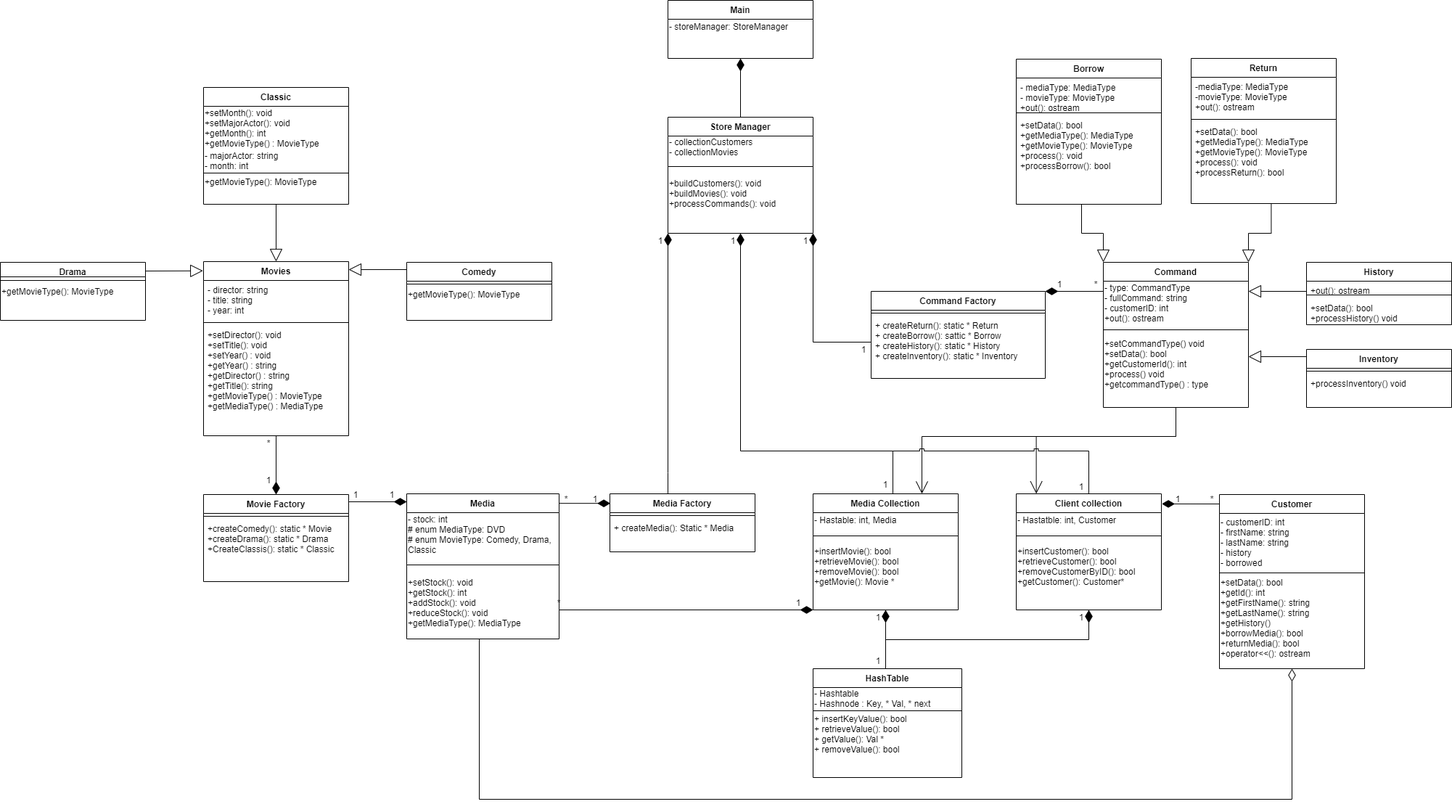
The draw.io diagram CSS343/assignment4/project_design/uml/css343_assignment4_uml.png in thongton11314/Cpp-Reference, before a commit. Source tidied: cells renumbered, new cells last; positions are measured from the earlier drawing's top-left corner, leaving out a move shared by most shapes.
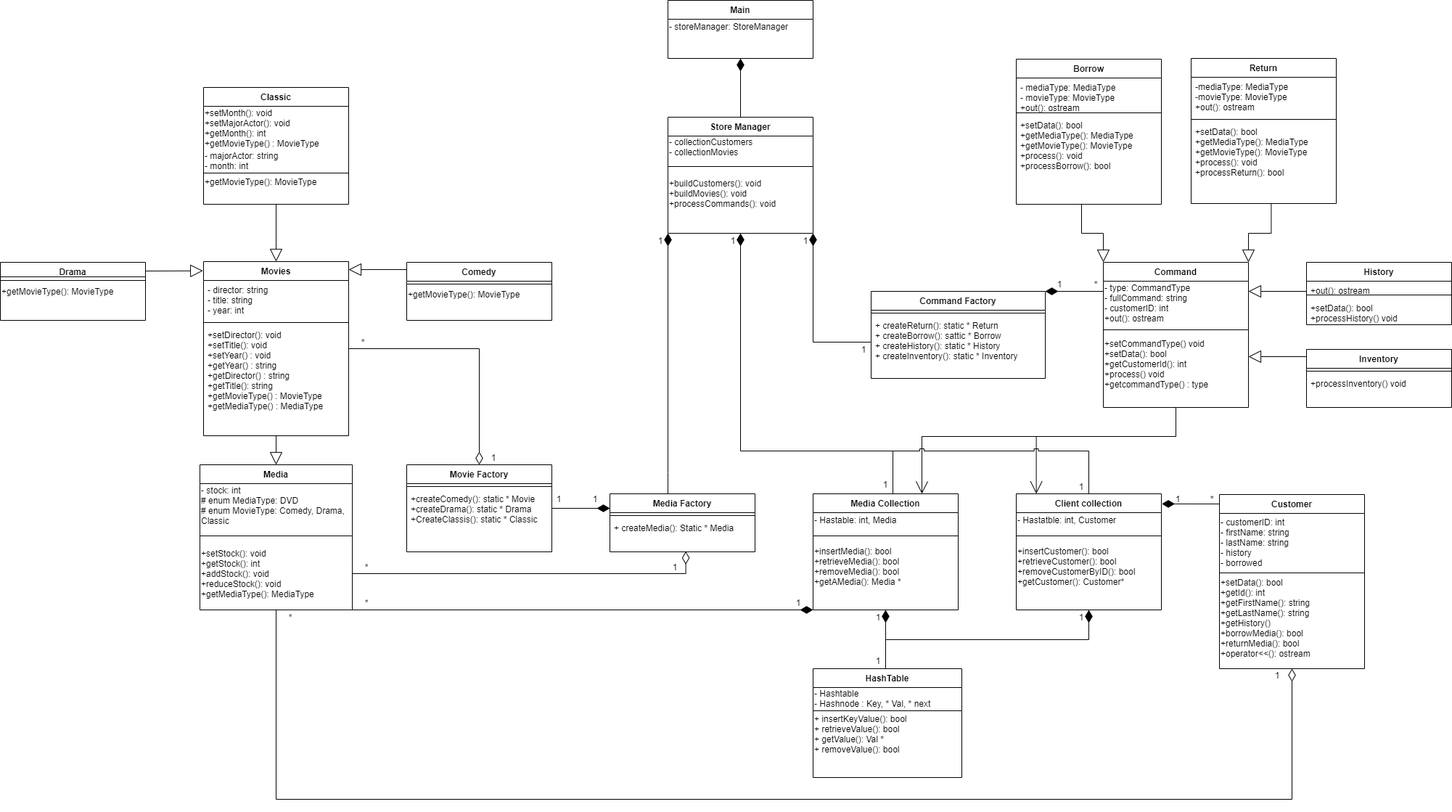
The same file after the commit.

What changed in the source:
```diff
@@ -108,7 +108,7 @@
     <mxCell id="28" style="line;html=1;strokeWidth=1;align=left;verticalAlign=middle;spacingTop=-1;spacingLeft=3;spacingRight=3;labelPosition=right;" parent="26" vertex="1">
       <mxGeometry y="46" width="200" height="24" as="geometry" />
     </mxCell>
-    <mxCell id="29" value="+insertMovie(): bool&lt;br&gt;+retrieveMovie(): bool&lt;br&gt;+removeMovie(): bool&lt;br&gt;+getMovie(): Movie *" style="text;html=1;align=left;verticalAlign=middle;" parent="26" vertex="1">
+    <mxCell id="29" value="+insertMedia(): bool&lt;br&gt;+retrieveMedia(): bool&lt;br&gt;+removeMedia(): bool&lt;br&gt;+getAMedia(): Media *" style="text;html=1;align=left;verticalAlign=middle;" parent="26" vertex="1">
       <mxGeometry y="70" width="200" height="60" as="geometry" />
     </mxCell>
     <mxCell id="30" style="edgeStyle=orthogonalEdgeStyle;rounded=0;sketch=0;jumpStyle=sharp;jettySize=auto;html=1;shadow=0;endArrow=diamondThin;endFill=1;endSize=15;" parent="1" edge="1" source="32">
@@ -120,15 +120,8 @@
         </Array>
       </mxGeometry>
     </mxCell>
-    <mxCell id="31" style="edgeStyle=orthogonalEdgeStyle;rounded=0;sketch=0;jumpStyle=sharp;jettySize=auto;html=1;shadow=0;endArrow=diamondThin;endFill=1;endSize=15;entryX=0.003;entryY=0.165;entryDx=0;entryDy=0;entryPerimeter=0;" parent="1" edge="1" source="32" target="83">
-      <mxGeometry relative="1" as="geometry">
-        <Array as="points">
-          <mxPoint x="810" y="693" />
-        </Array>
-      </mxGeometry>
-    </mxCell>
     <mxCell id="32" value="Media" style="swimlane;fontStyle=1;align=center;verticalAlign=top;horizontal=1;startSize=26;rounded=0;shadow=0;strokeWidth=1;" parent="1" vertex="1">
-      <mxGeometry x="560" y="680" width="210" height="200" as="geometry" />
+      <mxGeometry x="275" y="640" width="210" height="200" as="geometry" />
     </mxCell>
     <mxCell id="33" value="- stock: int&lt;br&gt;# enum MediaType: DVD&lt;br&gt;# enum MovieType: Comedy, Drama,&lt;br&gt;Classic" style="text;html=1;align=left;verticalAlign=middle;" parent="32" vertex="1">
       <mxGeometry y="26" width="210" height="60" as="geometry" />
@@ -268,7 +261,10 @@
     <mxCell id="68" value="+processInventory() void" style="text;strokeColor=none;fillColor=none;align=left;verticalAlign=top;spacingLeft=4;spacingRight=4;overflow=hidden;" parent="66" vertex="1">
       <mxGeometry y="34" width="200" height="46" as="geometry" />
     </mxCell>
+    <mxCell id="115" style="edgeStyle=orthogonalEdgeStyle;rounded=0;jettySize=auto;html=1;entryX=0.5;entryY=0;entryDx=0;entryDy=0;endArrow=block;endFill=0;endSize=15;" parent="1" edge="1" source="70" target="32">
+      <mxGeometry relative="1" as="geometry" />
+    </mxCell>
-    <mxCell id="69" style="edgeStyle=orthogonalEdgeStyle;rounded=0;sketch=0;jumpStyle=sharp;jettySize=auto;html=1;entryX=0.5;entryY=0;entryDx=0;entryDy=0;shadow=0;endArrow=diamondThin;endFill=1;endSize=15;" parent="1" edge="1" source="70" target="79">
+    <mxCell id="69" style="edgeStyle=orthogonalEdgeStyle;rounded=0;jettySize=auto;html=1;entryX=0.5;entryY=0;entryDx=0;entryDy=0;endArrow=diamondThin;endFill=0;endSize=15;" parent="1" edge="1" source="70" target="79">
       <mxGeometry relative="1" as="geometry" />
     </mxCell>
     <mxCell id="70" value="Movies" style="swimlane;fontStyle=1;align=center;verticalAlign=top;horizontal=1;startSize=26;" parent="1" vertex="1">
@@ -299,16 +295,11 @@
     <mxCell id="77" value="+ createReturn(): static * Return&#10;+ createBorrow(): sattic * Borrow&#10;+ createHistory(): static * History&#10;+ createInventory(): static * Inventory" style="text;strokeColor=none;fillColor=none;align=left;verticalAlign=top;spacingLeft=4;spacingRight=4;overflow=hidden;" parent="75" vertex="1">
       <mxGeometry y="34" width="240" height="86" as="geometry" />
     </mxCell>
-    <mxCell id="78" style="edgeStyle=orthogonalEdgeStyle;rounded=0;sketch=0;jumpStyle=sharp;jettySize=auto;html=1;shadow=0;endArrow=diamondThin;endFill=1;endSize=15;" parent="1" edge="1" source="79" target="32">
-      <mxGeometry relative="1" as="geometry">
-        <Array as="points">
-          <mxPoint x="520" y="691" />
-          <mxPoint x="520" y="691" />
-        </Array>
-      </mxGeometry>
-    </mxCell>
+    <mxCell id="116" style="edgeStyle=orthogonalEdgeStyle;rounded=0;jettySize=auto;html=1;entryX=0;entryY=0.25;entryDx=0;entryDy=0;endArrow=diamondThin;endFill=1;endSize=15;" parent="1" edge="1" source="79" target="83">
+      <mxGeometry relative="1" as="geometry" />
+    </mxCell>
     <mxCell id="79" value="Movie Factory" style="swimlane;fontStyle=1;align=center;verticalAlign=top;horizontal=1;startSize=26;" parent="1" vertex="1">
-      <mxGeometry x="280" y="681" width="200" height="120" as="geometry" />
+      <mxGeometry x="560" y="640" width="200" height="120" as="geometry" />
     </mxCell>
     <mxCell id="80" style="line;strokeWidth=1;fillColor=none;align=left;verticalAlign=middle;spacingTop=-1;spacingLeft=3;spacingRight=3;labelPosition=right;" parent="79" vertex="1">
       <mxGeometry y="26" width="200" height="8" as="geometry" />
@@ -370,10 +361,12 @@
         </Array>
       </mxGeometry>
     </mxCell>
-    <mxCell id="93" style="edgeStyle=orthogonalEdgeStyle;rounded=0;sketch=0;jumpStyle=sharp;jettySize=auto;html=1;shadow=0;endArrow=diamondThin;endFill=0;endSize=15;entryX=0.5;entryY=1;entryDx=0;entryDy=0;exitX=0.5;exitY=1;exitDx=0;exitDy=0;" parent="1" edge="1" source="32" target="21">
+    <mxCell id="93" style="edgeStyle=orthogonalEdgeStyle;rounded=0;sketch=0;jumpStyle=sharp;jettySize=auto;html=1;shadow=0;endArrow=diamondThin;endFill=0;endSize=15;entryX=0.5;entryY=1;entryDx=0;entryDy=0;" parent="1" edge="1" target="21">
       <mxGeometry relative="1" as="geometry">
+        <mxPoint x="360" y="840" as="sourcePoint" />
         <Array as="points">
-          <mxPoint x="660" y="1101" />
+          <mxPoint x="380" y="840" />
+          <mxPoint x="380" y="1101" />
           <mxPoint x="1780" y="1101" />
         </Array>
       </mxGeometry>
@@ -385,41 +378,20 @@
       <mxGeometry x="1603" y="677" width="40" height="20" as="geometry" />
     </mxCell>
     <mxCell id="96" value="1" style="text;html=1;strokeColor=none;fillColor=none;align=center;verticalAlign=middle;whiteSpace=wrap;rounded=0;" parent="1" vertex="1">
-      <mxGeometry x="1080" y="820" width="40" height="20" as="geometry" />
+      <mxGeometry x="660" y="620" width="40" height="20" as="geometry" />
     </mxCell>
-    <mxCell id="97" value="*" style="text;html=1;strokeColor=none;fillColor=none;align=center;verticalAlign=middle;whiteSpace=wrap;rounded=0;" parent="1" vertex="1">
-      <mxGeometry x="760" y="677" width="40" height="20" as="geometry" />
-    </mxCell>
-    <mxCell id="98" value="1" style="text;html=1;strokeColor=none;fillColor=none;align=center;verticalAlign=middle;whiteSpace=wrap;rounded=0;" parent="1" vertex="1">
-      <mxGeometry x="350" y="651" width="40" height="20" as="geometry" />
-    </mxCell>
     <mxCell id="99" value="1" style="text;html=1;strokeColor=none;fillColor=none;align=center;verticalAlign=middle;whiteSpace=wrap;rounded=0;" parent="1" vertex="1">
       <mxGeometry x="1190" y="840" width="40" height="20" as="geometry" />
     </mxCell>
     <mxCell id="100" value="1" style="text;html=1;strokeColor=none;fillColor=none;align=center;verticalAlign=middle;whiteSpace=wrap;rounded=0;" parent="1" vertex="1">
       <mxGeometry x="1470" y="840" width="40" height="20" as="geometry" />
     </mxCell>
-    <mxCell id="101" value="1" style="text;html=1;strokeColor=none;fillColor=none;align=center;verticalAlign=middle;whiteSpace=wrap;rounded=0;" parent="1" vertex="1">
-      <mxGeometry x="800" y="677" width="40" height="20" as="geometry" />
-    </mxCell>
     <mxCell id="102" value="1" style="text;html=1;strokeColor=none;fillColor=none;align=center;verticalAlign=middle;whiteSpace=wrap;rounded=0;" parent="1" vertex="1">
       <mxGeometry x="1440" y="381" width="40" height="20" as="geometry" />
     </mxCell>
-    <mxCell id="103" value="*" style="text;html=1;strokeColor=none;fillColor=none;align=center;verticalAlign=middle;whiteSpace=wrap;rounded=0;" parent="1" vertex="1">
-      <mxGeometry x="350" y="600" width="40" height="20" as="geometry" />
-    </mxCell>
-    <mxCell id="104" value="1" style="text;html=1;strokeColor=none;fillColor=none;align=center;verticalAlign=middle;whiteSpace=wrap;rounded=0;" parent="1" vertex="1">
-      <mxGeometry x="470" y="671" width="40" height="20" as="geometry" />
-    </mxCell>
-    <mxCell id="105" value="1" style="text;html=1;strokeColor=none;fillColor=none;align=center;verticalAlign=middle;whiteSpace=wrap;rounded=0;" parent="1" vertex="1">
-      <mxGeometry x="520" y="671" width="40" height="20" as="geometry" />
-    </mxCell>
     <mxCell id="106" value="*" style="text;html=1;strokeColor=none;fillColor=none;align=center;verticalAlign=middle;whiteSpace=wrap;rounded=0;" parent="1" vertex="1">
       <mxGeometry x="1490" y="381" width="40" height="20" as="geometry" />
     </mxCell>
-    <mxCell id="107" value="*" style="text;html=1;strokeColor=none;fillColor=none;align=center;verticalAlign=middle;whiteSpace=wrap;rounded=0;" parent="1" vertex="1">
-      <mxGeometry x="750" y="820" width="40" height="20" as="geometry" />
-    </mxCell>
     <mxCell id="108" value="1" style="text;html=1;strokeColor=none;fillColor=none;align=center;verticalAlign=middle;whiteSpace=wrap;rounded=0;" parent="1" vertex="1">
       <mxGeometry x="890" y="321" width="40" height="20" as="geometry" />
     </mxCell>
@@ -441,5 +413,35 @@
     <mxCell id="114" value="1" style="text;html=1;strokeColor=none;fillColor=none;align=center;verticalAlign=middle;whiteSpace=wrap;rounded=0;" parent="1" vertex="1">
       <mxGeometry x="1190" y="900" width="40" height="20" as="geometry" />
     </mxCell>
+    <mxCell id="117" style="edgeStyle=orthogonalEdgeStyle;rounded=0;jettySize=auto;html=1;entryX=0.523;entryY=0.986;entryDx=0;entryDy=0;entryPerimeter=0;endArrow=diamondThin;endFill=0;endSize=15;" parent="1" edge="1" source="35" target="85">
+      <mxGeometry relative="1" as="geometry" />
+    </mxCell>
+    <mxCell id="118" value="*" style="text;html=1;strokeColor=none;fillColor=none;align=center;verticalAlign=middle;whiteSpace=wrap;rounded=0;" parent="1" vertex="1">
+      <mxGeometry x="485" y="820" width="40" height="20" as="geometry" />
+    </mxCell>
+    <mxCell id="119" value="*" style="text;html=1;strokeColor=none;fillColor=none;align=center;verticalAlign=middle;whiteSpace=wrap;rounded=0;" parent="1" vertex="1">
+      <mxGeometry x="485" y="771" width="40" height="20" as="geometry" />
+    </mxCell>
+    <mxCell id="120" value="*" style="text;html=1;strokeColor=none;fillColor=none;align=center;verticalAlign=middle;whiteSpace=wrap;rounded=0;" parent="1" vertex="1">
+      <mxGeometry x="480" y="461" width="40" height="20" as="geometry" />
+    </mxCell>
+    <mxCell id="121" value="1" style="text;html=1;strokeColor=none;fillColor=none;align=center;verticalAlign=middle;whiteSpace=wrap;rounded=0;" parent="1" vertex="1">
+      <mxGeometry x="910" y="771" width="40" height="20" as="geometry" />
+    </mxCell>
+    <mxCell id="122" value="1" style="text;html=1;strokeColor=none;fillColor=none;align=center;verticalAlign=middle;whiteSpace=wrap;rounded=0;" parent="1" vertex="1">
+      <mxGeometry x="750" y="677" width="40" height="20" as="geometry" />
+    </mxCell>
+    <mxCell id="101" value="1" style="text;html=1;strokeColor=none;fillColor=none;align=center;verticalAlign=middle;whiteSpace=wrap;rounded=0;" parent="1" vertex="1">
+      <mxGeometry x="800" y="677" width="40" height="20" as="geometry" />
+    </mxCell>
+    <mxCell id="123" value="*" style="text;html=1;strokeColor=none;fillColor=none;align=center;verticalAlign=middle;whiteSpace=wrap;rounded=0;" parent="1" vertex="1">
+      <mxGeometry x="380" y="840" width="40" height="20" as="geometry" />
+    </mxCell>
+    <mxCell id="124" value="1" style="text;html=1;strokeColor=none;fillColor=none;align=center;verticalAlign=middle;whiteSpace=wrap;rounded=0;" parent="1" vertex="1">
+      <mxGeometry x="1740" y="920" width="40" height="20" as="geometry" />
+    </mxCell>
+    <mxCell id="125" value="1" style="text;html=1;strokeColor=none;fillColor=none;align=center;verticalAlign=middle;whiteSpace=wrap;rounded=0;" parent="1" vertex="1">
+      <mxGeometry x="1080" y="820" width="40" height="20" as="geometry" />
+    </mxCell>
   </root>
 </mxGraphModel>
```
